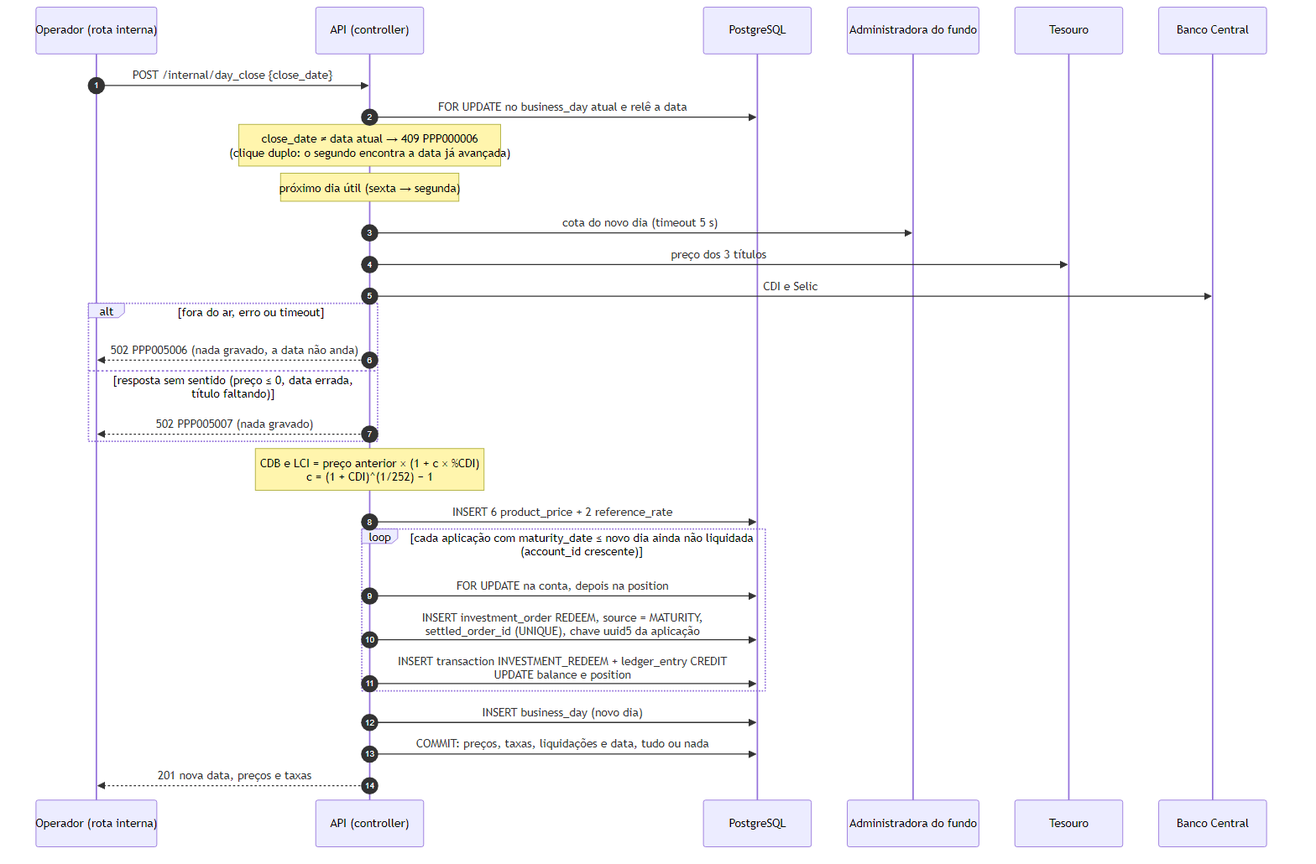
Earlier version of the Mermaid export docs/diagramas/fechamento-do-dia.png (heluylucas/bootcamp-qi-tech-presidas-). Its source is kept beside it as docs/diagramas/fechamento-do-dia.mmd. The source it was exported from:
```mermaid
sequenceDiagram
    autonumber
    participant O as Operador (rota interna)
    participant API as API (controller)
    participant DB as PostgreSQL
    participant F as Administradora do fundo
    participant T as Tesouro
    participant BC as Banco Central

    O->>API: POST /internal/day_close {close_date}
    API->>DB: FOR UPDATE no business_day atual e relê a data
    Note over API: close_date ≠ data atual → 409 PPP000006<br/>(clique duplo: o segundo encontra a data já avançada)
    Note over API: próximo dia útil (sexta → segunda)
    API->>F: cota do novo dia (timeout 5 s)
    API->>T: preço dos 3 títulos
    API->>BC: CDI e Selic
    alt fora do ar, erro ou timeout
        API-->>O: 502 PPP005006 (nada gravado, a data não anda)
    else resposta sem sentido (preço ≤ 0, data errada, título faltando)
        API-->>O: 502 PPP005007 (nada gravado)
    end
    Note over API: CDB e LCI = preço anterior × (1 + c × %CDI)<br/>c = (1 + CDI)^(1/252) − 1
    API->>DB: INSERT 6 product_price + 2 reference_rate
    loop cada aplicação com maturity_date ≤ novo dia ainda não liquidada (account_id crescente)
        API->>DB: FOR UPDATE na conta, depois na position
        API->>DB: INSERT investment_order REDEEM, source = MATURITY,<br/>settled_order_id (UNIQUE), chave uuid5 da aplicação
        API->>DB: INSERT transaction INVESTMENT_REDEEM + ledger_entry CREDIT<br/>UPDATE balance e position
    end
    API->>DB: INSERT business_day (novo dia)
    API->>DB: COMMIT: preços, taxas, liquidações e data, tudo ou nada
    API-->>O: 201 nova data, preços e taxas
```
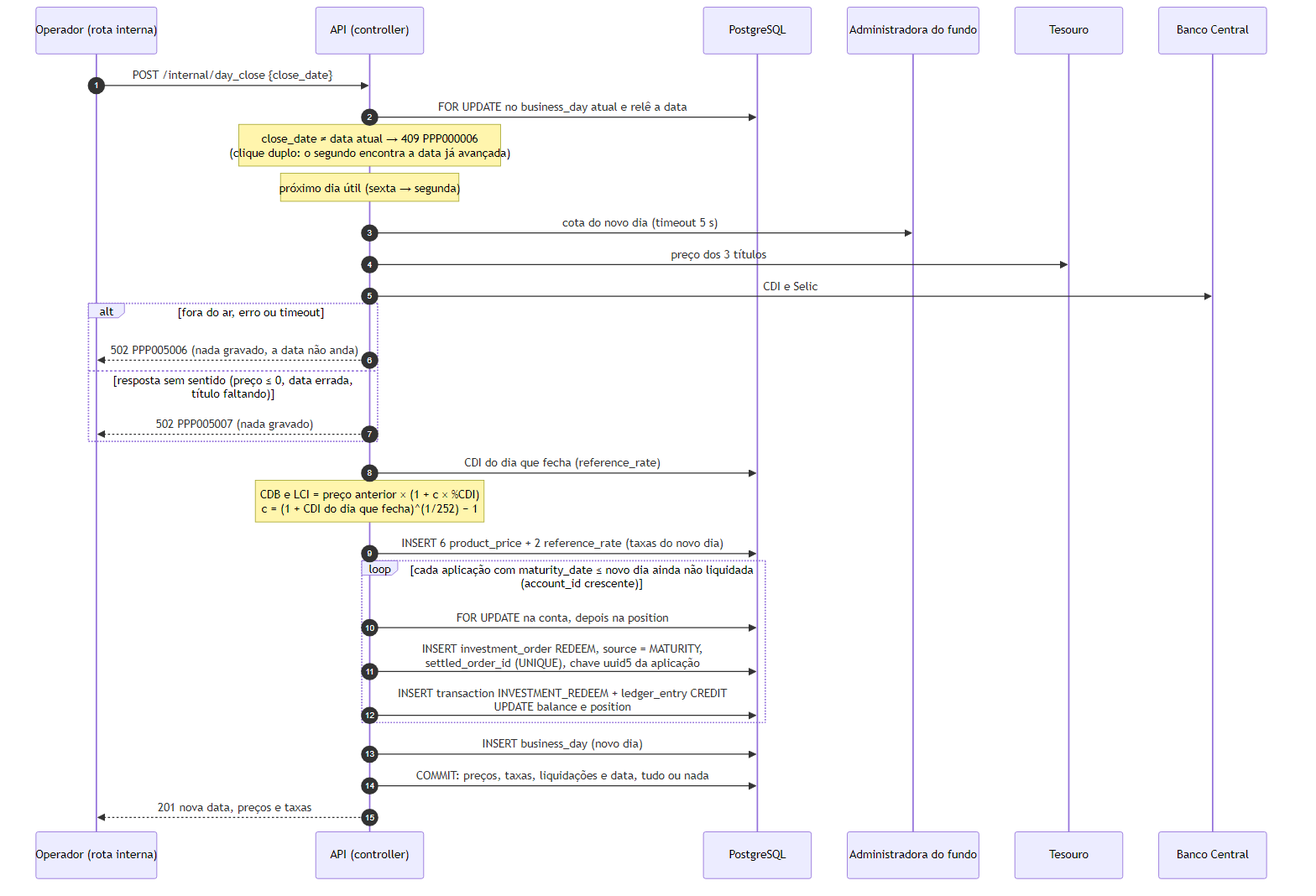
The same file after the commit.

The edit, as a diff of the source:
```diff
@@ -19,8 +19,9 @@
     else resposta sem sentido (preço ≤ 0, data errada, título faltando)
         API-->>O: 502 PPP005007 (nada gravado)
     end
-    Note over API: CDB e LCI = preço anterior × (1 + c × %CDI)<br/>c = (1 + CDI)^(1/252) − 1
-    API->>DB: INSERT 6 product_price + 2 reference_rate
+    API->>DB: CDI do dia que fecha (reference_rate)
+    Note over API: CDB e LCI = preço anterior × (1 + c × %CDI)<br/>c = (1 + CDI do dia que fecha)^(1/252) − 1
+    API->>DB: INSERT 6 product_price + 2 reference_rate (taxas do novo dia)
     loop cada aplicação com maturity_date ≤ novo dia ainda não liquidada (account_id crescente)
         API->>DB: FOR UPDATE na conta, depois na position
         API->>DB: INSERT investment_order REDEEM, source = MATURITY,<br/>settled_order_id (UNIQUE), chave uuid5 da aplicação
```
